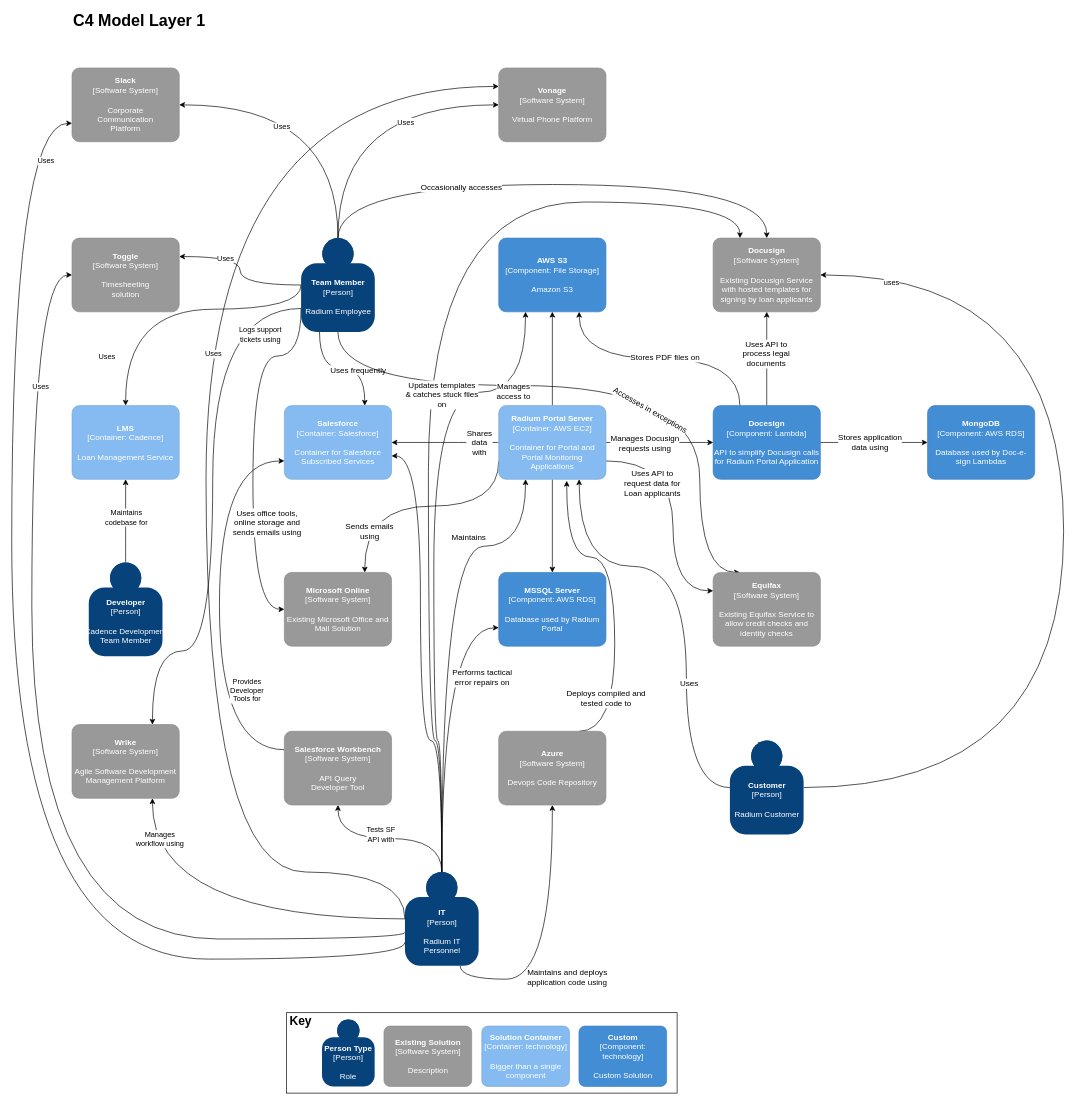
Before: page "Layer 1" (1 of 2) of Untitled Diagram.drawio in holmesrg/testonly, a draw.io diagram. Source tidied: cells renumbered, new cells numbered last; positions are measured from the earlier drawing's top-left corner, leaving out a move shared by most shapes. Both pictures are drawn from the tidied source at 67%, with x=0, y=0 at pixel (11, 14).
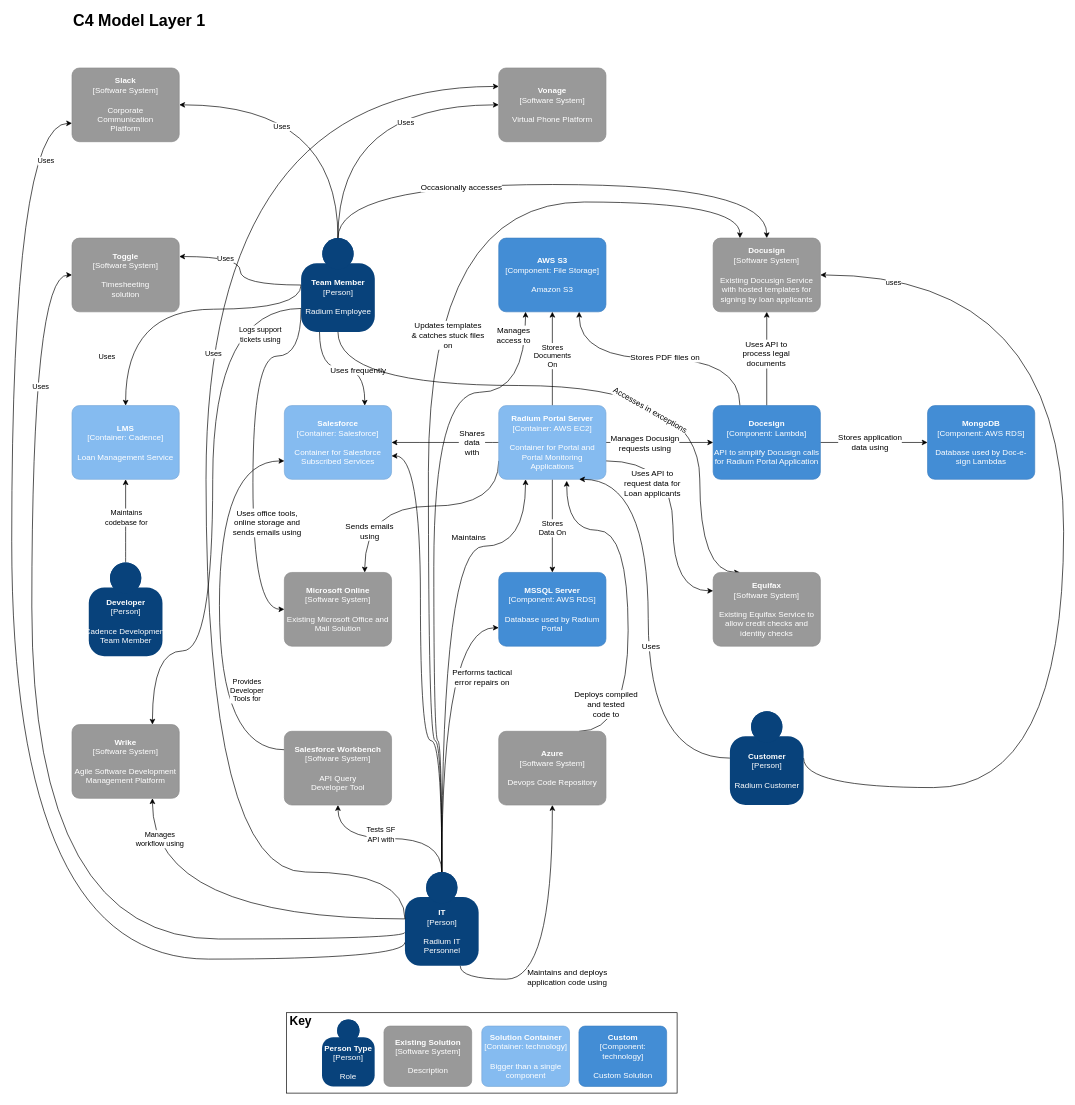
Above is the later version.

The change refers to these unchanged cells:
```xml
<mxCell id="34" style="edgeStyle=orthogonalEdgeStyle;rounded=0;jettySize=auto;html=1;entryX=0.5;entryY=1;entryDx=0;entryDy=0;entryPerimeter=0;startArrow=classic;startFill=1;endArrow=none;endFill=0;" parent="1" edge="1" source="35" target="45">
  <mxGeometry relative="1" as="geometry" />
</mxCell>
<mxCell id="38" style="edgeStyle=orthogonalEdgeStyle;rounded=0;jettySize=auto;html=1;exitX=0.5;exitY=0;exitDx=0;exitDy=0;exitPerimeter=0;" parent="1" edge="1" source="45" target="19">
  <mxGeometry relative="1" as="geometry" />
</mxCell>
<mxCell id="41" style="edgeStyle=orthogonalEdgeStyle;curved=1;rounded=0;jettySize=auto;html=1;exitX=0;exitY=0.5;exitDx=0;exitDy=0;exitPerimeter=0;entryX=1;entryY=0.5;entryDx=0;entryDy=0;entryPerimeter=0;startArrow=none;startFill=0;endArrow=classic;endFill=1;" parent="1" edge="1" source="45" target="32">
  <mxGeometry relative="1" as="geometry" />
</mxCell>
<object id="45" label="&lt;b&gt;%c4Name%&lt;/b&gt;&lt;div&gt;[%c4Type%: %c4Technology%]&lt;/div&gt;&lt;br&gt;&lt;div&gt;%c4Description%&lt;/div&gt;" c4Description="Container for Portal and Portal Monitoring Applications" c4Name="Radium Portal Server" c4Technology="AWS EC2" c4Type="Container" placeholders="1">
  <mxCell style="rounded=1;whiteSpace=wrap;html=1;labelBackgroundColor=none;fillColor=#85BBF0;fontColor=#ffffff;align=center;arcSize=10;strokeColor=#78A8D8;metaData={&quot;c4Type&quot;:{&quot;editable&quot;:false}};points=[[0.25,0,0],[0.5,0,0],[0.75,0,0],[1,0.25,0],[1,0.5,0],[1,0.75,0],[0.75,1,0],[0.5,1,0],[0.25,1,0],[0,0.75,0],[0,0.5,0],[0,0.25,0]];" parent="1" vertex="1">
    <mxGeometry x="726.9" y="583.9" width="160" height="110" as="geometry" />
  </mxCell>
</object>
<mxCell id="53" style="edgeStyle=orthogonalEdgeStyle;curved=1;rounded=0;jettySize=auto;html=1;exitX=0.5;exitY=0;exitDx=0;exitDy=0;exitPerimeter=0;entryX=0.25;entryY=1;entryDx=0;entryDy=0;entryPerimeter=0;startArrow=none;startFill=0;endArrow=classic;endFill=1;" parent="1" edge="1" source="68" target="19">
  <mxGeometry relative="1" as="geometry">
    <Array as="points">
      <mxPoint x="630" y="1084" />
      <mxPoint x="630" y="564" />
      <mxPoint x="767" y="564" />
    </Array>
  </mxGeometry>
</mxCell>
<mxCell id="55" style="edgeStyle=orthogonalEdgeStyle;curved=1;rounded=0;jettySize=auto;html=1;exitX=0.5;exitY=0;exitDx=0;exitDy=0;exitPerimeter=0;entryX=0.25;entryY=0;entryDx=0;entryDy=0;entryPerimeter=0;startArrow=none;startFill=0;endArrow=classic;endFill=1;" parent="1" edge="1" source="68" target="29">
  <mxGeometry relative="1" as="geometry">
    <Array as="points">
      <mxPoint x="621.9" y="1084" />
      <mxPoint x="621.9" y="280" />
      <mxPoint x="1086.9" y="280" />
    </Array>
  </mxGeometry>
</mxCell>
<object id="76" label="&lt;b&gt;%c4Name%&lt;/b&gt;&lt;div&gt;[%c4Type%]&lt;/div&gt;&lt;br&gt;&lt;div&gt;%c4Description%&lt;/div&gt;" c4Description="Devops Code Repository" c4Name="Azure" c4Type="Software System" placeholders="1">
  <mxCell style="rounded=1;whiteSpace=wrap;html=1;labelBackgroundColor=none;fillColor=#999999;fontColor=#ffffff;align=center;arcSize=10;strokeColor=#8A8A8A;metaData={&quot;c4Type&quot;:{&quot;editable&quot;:false}};points=[[0.25,0,0],[0.5,0,0],[0.75,0,0],[1,0.25,0],[1,0.5,0],[1,0.75,0],[0.75,1,0],[0.5,1,0],[0.25,1,0],[0,0.75,0],[0,0.5,0],[0,0.25,0]];" parent="1" vertex="1">
    <mxGeometry x="726.9" y="1070" width="160" height="110" as="geometry" />
  </mxCell>
</object>
```

What changed in the source:
```diff
@@
+    <mxCell id="94" value="Stores&lt;br&gt;Data On" style="edgeLabel;html=1;align=center;verticalAlign=middle;" parent="34" vertex="1">
+      <mxGeometry x="-0.05" relative="1" as="geometry" />
+    </mxCell>
@@
+    <mxCell id="95" value="Stores&lt;br&gt;Documents&lt;br&gt;On" style="edgeLabel;html=1;align=center;verticalAlign=middle;" parent="38" vertex="1">
+      <mxGeometry x="0.15" relative="1" as="geometry">
+        <mxPoint y="6.1" as="offset" />
+      </mxGeometry>
+    </mxCell>
@@
     <mxCell id="42" value="Shares&lt;br&gt;data&lt;br&gt;with" style="edgeLabel;html=1;align=center;verticalAlign=middle;fontSize=12;" parent="41" vertex="1">
       <mxGeometry x="-0.49" y="-1" relative="1" as="geometry">
-        <mxPoint x="11.2" y="1" as="offset" />
+        <mxPoint x="0.6" y="1" as="offset" />
       </mxGeometry>
     </mxCell>
@@
     <mxCell id="46" style="edgeStyle=orthogonalEdgeStyle;curved=1;rounded=0;jettySize=auto;html=1;exitX=0;exitY=0.5;exitDx=0;exitDy=0;exitPerimeter=0;entryX=0.75;entryY=1;entryDx=0;entryDy=0;entryPerimeter=0;startArrow=none;startFill=0;endArrow=classic;endFill=1;" parent="1" edge="1" source="48" target="45">
       <mxGeometry relative="1" as="geometry">
         <Array as="points">
-          <mxPoint x="1006.9" y="1153.9" />
-          <mxPoint x="1006.9" y="823.9" />
-          <mxPoint x="846.9" y="823.9" />
+          <mxPoint x="950" y="1110" />
+          <mxPoint x="950" y="694" />
         </Array>
       </mxGeometry>
     </mxCell>
     <mxCell id="47" value="Uses" style="edgeLabel;html=1;align=center;verticalAlign=middle;fontSize=12;" parent="46" vertex="1">
       <mxGeometry x="0.03" y="20" relative="1" as="geometry">
-        <mxPoint x="23.1" y="132.8" as="offset" />
+        <mxPoint x="23.9" y="40.4" as="offset" />
       </mxGeometry>
     </mxCell>
     <object id="48" label="&lt;b&gt;%c4Name%&lt;/b&gt;&lt;div&gt;[%c4Type%]&lt;/div&gt;&lt;br&gt;&lt;div&gt;%c4Description%&lt;/div&gt;" c4Description="Radium Customer" c4Name="Customer" c4Type="Person" placeholders="1">
       <mxCell style="html=1;dashed=0;whitespace=wrap;fillColor=#08427b;strokeColor=none;fontColor=#ffffff;shape=mxgraph.c4.person;align=center;points=[[0.5,0,0],[1,0.5,0],[1,0.75,0],[0.75,1,0],[0.5,1,0],[0.25,1,0],[0,0.75,0],[0,0.5,0]];metaData={&quot;c4Type&quot;:{&quot;editable&quot;:false}};" parent="1" vertex="1">
-        <mxGeometry x="1071.9" y="1083.9" width="110" height="140" as="geometry" />
+        <mxGeometry x="1071.9" y="1040" width="110" height="140" as="geometry" />
       </mxCell>
     </object>
@@
     <mxCell id="54" value="Manages&lt;br&gt;access&amp;nbsp;to" style="edgeLabel;html=1;align=center;verticalAlign=middle;fontSize=12;" parent="53" vertex="1">
       <mxGeometry x="0.24" y="-27" relative="1" as="geometry">
-        <mxPoint x="91.1" y="-119.8" as="offset" />
+        <mxPoint x="91.1" y="-202.3" as="offset" />
       </mxGeometry>
     </mxCell>
@@
     <mxCell id="56" value="Updates templates&lt;br&gt;&amp;amp; catches stuck files&lt;br&gt;on" style="edgeLabel;html=1;align=center;verticalAlign=middle;fontSize=12;" parent="55" vertex="1">
       <mxGeometry x="0.03" y="-42" relative="1" as="geometry">
-        <mxPoint x="-22" y="60.6" as="offset" />
+        <mxPoint x="-13.9" y="-28.2" as="offset" />
       </mxGeometry>
     </mxCell>
@@
     <mxCell id="74" style="edgeStyle=orthogonalEdgeStyle;curved=1;rounded=0;jettySize=auto;html=1;exitX=0.75;exitY=0;exitDx=0;exitDy=0;exitPerimeter=0;entryX=0.634;entryY=1.021;entryDx=0;entryDy=0;entryPerimeter=0;startArrow=none;startFill=0;endArrow=classic;endFill=1;fontSize=12;" parent="1" edge="1" source="76" target="45">
       <mxGeometry relative="1" as="geometry">
         <Array as="points">
-          <mxPoint x="900" y="1070" />
-          <mxPoint x="900" y="810" />
-          <mxPoint x="828" y="810" />
+          <mxPoint x="920" y="1070" />
+          <mxPoint x="920" y="770" />
+          <mxPoint x="828" y="770" />
         </Array>
       </mxGeometry>
     </mxCell>
-    <mxCell id="75" value="Deploys compiled and&lt;br&gt;tested code to" style="edgeLabel;html=1;align=center;verticalAlign=middle;fontSize=12;" parent="74" vertex="1">
+    <mxCell id="75" value="Deploys compiled&lt;br&gt;and&amp;nbsp;tested&lt;br&gt;code to" style="edgeLabel;html=1;align=center;verticalAlign=middle;fontSize=12;" parent="74" vertex="1">
       <mxGeometry x="-0.43" y="2" relative="1" as="geometry">
-        <mxPoint x="-11.1" y="39.2" as="offset" />
+        <mxPoint x="-31.1" y="39.2" as="offset" />
       </mxGeometry>
     </mxCell>
```
